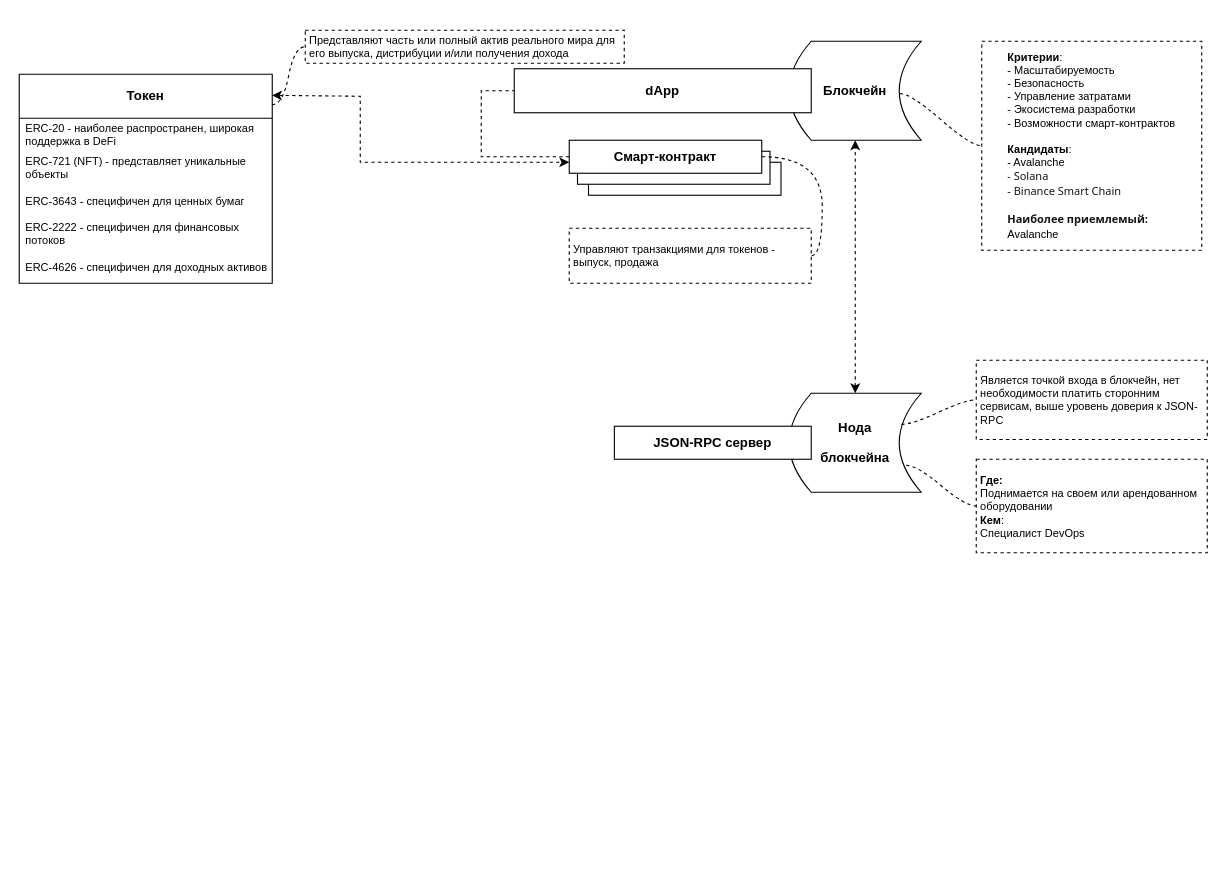
Before: RETM_MVP_extended.drawio in rpurei/RETM-Schemes, a draw.io diagram. Source tidied: cells renumbered, new cells numbered last; positions are measured from the earlier drawing's top-left corner, leaving out a move shared by most shapes. Both pictures are drawn from the tidied source at 110%, with x=0, y=0 at pixel (19, 30).
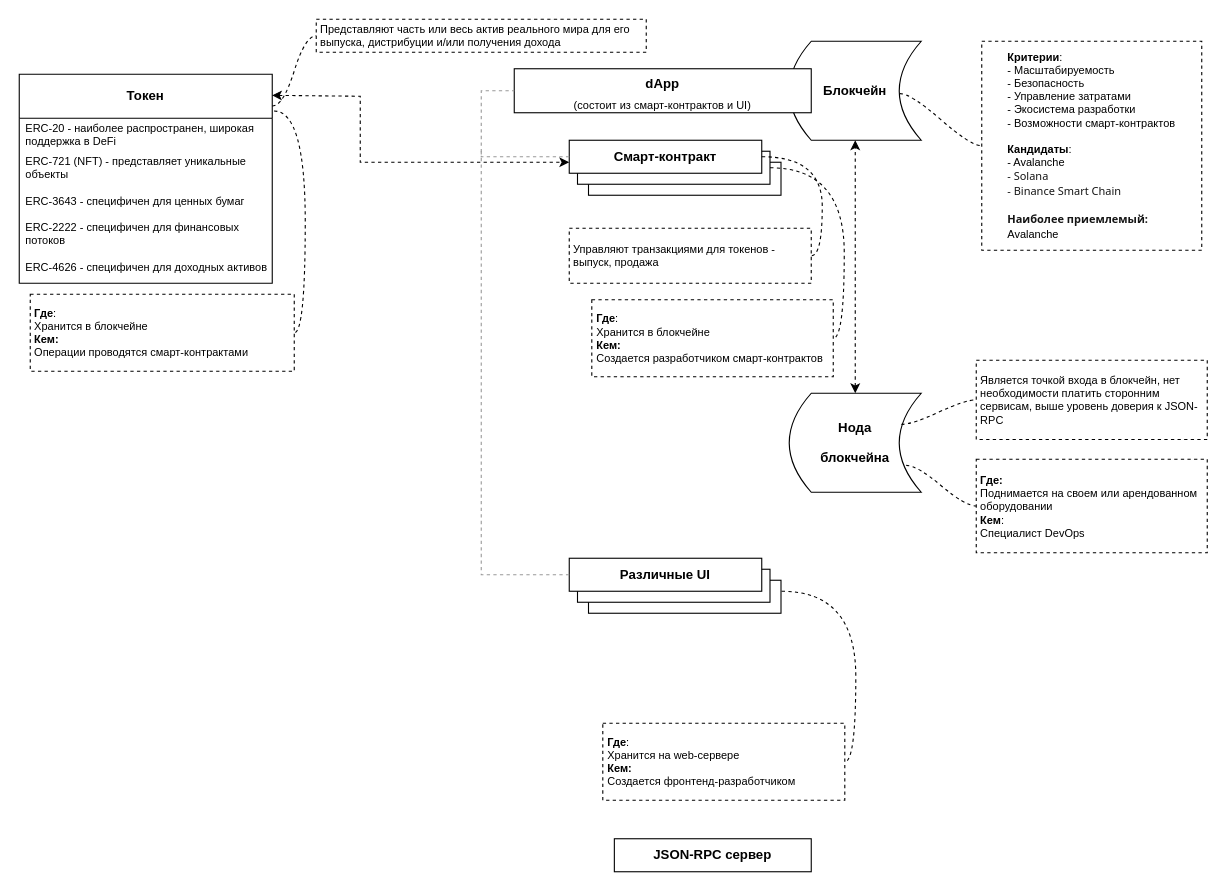
The same page after the edit.

The change refers to these unchanged cells:
```xml
<mxCell id="14" value="&lt;p align=&quot;center&quot; class=&quot;MsoNormal&quot;&gt;&lt;br&gt;&lt;/p&gt;" style="rounded=0;whiteSpace=wrap;html=1;" parent="12" vertex="1">
  <mxGeometry x="7.5" y="10" width="175" height="30" as="geometry" />
</mxCell>
<mxCell id="15" value="&lt;p align=&quot;center&quot; class=&quot;MsoNormal&quot;&gt;&lt;b&gt;Смарт-контракт&lt;/b&gt;&lt;/p&gt;" style="rounded=0;whiteSpace=wrap;html=1;" parent="12" vertex="1">
  <mxGeometry width="175" height="30" as="geometry" />
</mxCell>
<mxCell id="20" value="&lt;b&gt;Токен&lt;/b&gt;" style="swimlane;fontStyle=0;horizontal=1;startSize=40;whiteSpace=wrap;html=1;" parent="1" vertex="1">
  <mxGeometry y="40" width="230" height="190" as="geometry" />
</mxCell>
```

Diff of the diagram source:
```diff
@@
     <mxCell id="7" value="&lt;p align=&quot;center&quot; class=&quot;MsoNormal&quot;&gt;&lt;b&gt;JSON-RPC сервер&lt;/b&gt;&lt;/p&gt;" style="rounded=0;whiteSpace=wrap;html=1;" parent="1" vertex="1">
-      <mxGeometry x="541" y="360" width="179" height="30" as="geometry" />
+      <mxGeometry x="541" y="735" width="179" height="30" as="geometry" />
     </mxCell>
@@
-    <mxCell id="11" value="&lt;p align=&quot;center&quot; class=&quot;MsoNormal&quot;&gt;&lt;b&gt;dApp&lt;/b&gt;&lt;/p&gt;" style="rounded=0;whiteSpace=wrap;html=1;" parent="1" vertex="1">
+    <mxCell id="11" value="&lt;p align=&quot;center&quot; class=&quot;MsoNormal&quot;&gt;&lt;b&gt;dApp&lt;/b&gt;&lt;/p&gt;&lt;p style=&quot;line-height: 0%;&quot; align=&quot;center&quot; class=&quot;MsoNormal&quot;&gt;&lt;font style=&quot;font-size: 10px;&quot;&gt;(состоит из смарт-контрактов и UI)&lt;/font&gt;&lt;/p&gt;" style="rounded=0;whiteSpace=wrap;html=1;" parent="1" vertex="1">
       <mxGeometry x="450" y="35" width="270" height="40" as="geometry" />
     </mxCell>
@@
-    <mxCell id="17" style="endArrow=none;html=1;rounded=0;entryX=0;entryY=0.5;entryDx=0;entryDy=0;exitX=0;exitY=0.5;exitDx=0;exitDy=0;dashed=1;" parent="1" edge="1" source="15" target="11">
+    <mxCell id="17" style="endArrow=none;html=1;rounded=0;entryX=0;entryY=0.5;entryDx=0;entryDy=0;exitX=0;exitY=0.5;exitDx=0;exitDy=0;dashed=1;strokeColor=#999999;" parent="1" edge="1" source="15" target="11">
       <mxGeometry relative="1" as="geometry">
         <Array as="points">
           <mxPoint x="420" y="115" />
           <mxPoint x="420" y="55" />
         </Array>
       </mxGeometry>
     </mxCell>
@@
-    <mxCell id="27" value="&lt;div style=&quot;font-size: 10px;&quot;&gt;Представляют часть или полный актив реального мира для его выпуска, дистрибуции и/или получения дохода&lt;/div&gt;" style="whiteSpace=wrap;html=1;rounded=0;arcSize=50;align=left;verticalAlign=middle;strokeWidth=1;spacing=4;newEdgeStyle={&quot;edgeStyle&quot;:&quot;entityRelationEdgeStyle&quot;,&quot;startArrow&quot;:&quot;none&quot;,&quot;endArrow&quot;:&quot;none&quot;,&quot;segment&quot;:10,&quot;curved&quot;:1,&quot;sourcePerimeterSpacing&quot;:0,&quot;targetPerimeterSpacing&quot;:0};dashed=1;" parent="1" vertex="1" collapsed="1">
-      <mxGeometry x="260" width="290" height="30" as="geometry" />
+    <mxCell id="27" value="&lt;div style=&quot;font-size: 10px;&quot;&gt;&lt;b&gt;Где&lt;/b&gt;:&lt;/div&gt;&lt;div style=&quot;font-size: 10px;&quot;&gt;Хранится в блокчейне&lt;/div&gt;&lt;div style=&quot;font-size: 10px;&quot;&gt;&lt;b&gt;Кем:&lt;/b&gt;&lt;/div&gt;&lt;div style=&quot;font-size: 10px;&quot;&gt;Операции проводятся смарт-контрактами&lt;/div&gt;" style="whiteSpace=wrap;html=1;rounded=0;arcSize=50;align=left;verticalAlign=middle;strokeWidth=1;spacing=4;newEdgeStyle={&quot;edgeStyle&quot;:&quot;entityRelationEdgeStyle&quot;,&quot;startArrow&quot;:&quot;none&quot;,&quot;endArrow&quot;:&quot;none&quot;,&quot;segment&quot;:10,&quot;curved&quot;:1,&quot;sourcePerimeterSpacing&quot;:0,&quot;targetPerimeterSpacing&quot;:0};dashed=1;" parent="1" vertex="1" collapsed="1">
+      <mxGeometry x="10" y="240" width="240" height="70" as="geometry" />
     </mxCell>
-    <mxCell id="28" style="edgeStyle=entityRelationEdgeStyle;startArrow=none;endArrow=none;segment=10;curved=1;sourcePerimeterSpacing=0;targetPerimeterSpacing=0;rounded=0;dashed=1;exitX=0.999;exitY=0.146;exitDx=0;exitDy=0;exitPerimeter=0;" parent="1" edge="1" source="20" target="27">
-      <mxGeometry relative="1" as="geometry" />
+    <mxCell id="28" style="edgeStyle=entityRelationEdgeStyle;startArrow=none;endArrow=none;segment=10;curved=1;sourcePerimeterSpacing=0;targetPerimeterSpacing=0;rounded=0;dashed=1;exitX=1.007;exitY=0.176;exitDx=0;exitDy=0;exitPerimeter=0;" parent="1" edge="1" source="20" target="27">
+      <mxGeometry relative="1" as="geometry">
+        <Array as="points">
+          <mxPoint x="260" y="170" />
+          <mxPoint x="270" y="130" />
+          <mxPoint x="270" y="130" />
+        </Array>
+      </mxGeometry>
     </mxCell>
+    <mxCell id="29" style="group;" parent="1" vertex="1">
+      <mxGeometry x="500" y="480" width="192.5" height="50" as="geometry" />
+    </mxCell>
+    <mxCell id="30" value="&lt;p align=&quot;center&quot; class=&quot;MsoNormal&quot;&gt;&lt;br&gt;&lt;/p&gt;" style="rounded=0;whiteSpace=wrap;html=1;" parent="29" vertex="1">
+      <mxGeometry x="17.5" y="20" width="175" height="30" as="geometry" />
+    </mxCell>
+    <mxCell id="31" value="&lt;p align=&quot;center&quot; class=&quot;MsoNormal&quot;&gt;&lt;br&gt;&lt;/p&gt;" style="rounded=0;whiteSpace=wrap;html=1;" parent="29" vertex="1">
+      <mxGeometry x="7.5" y="10" width="175" height="30" as="geometry" />
+    </mxCell>
+    <mxCell id="32" value="&lt;p align=&quot;center&quot; class=&quot;MsoNormal&quot;&gt;&lt;b style=&quot;border-color: var(--border-color);&quot;&gt;Различные UI&lt;/b&gt;&lt;br&gt;&lt;/p&gt;" style="rounded=0;whiteSpace=wrap;html=1;" parent="29" vertex="1">
+      <mxGeometry width="175" height="30" as="geometry" />
+    </mxCell>
+    <mxCell id="33" style="endArrow=none;dashed=1;html=1;rounded=0;exitX=0;exitY=0.5;exitDx=0;exitDy=0;strokeColor=#999999;" parent="1" edge="1" source="32">
+      <mxGeometry relative="1" as="geometry">
+        <mxPoint x="420" y="110" as="targetPoint" />
+        <Array as="points">
+          <mxPoint x="420" y="495" />
+        </Array>
+      </mxGeometry>
+    </mxCell>
+    <mxCell id="34" value="&lt;div style=&quot;font-size: 10px;&quot;&gt;Представляют часть или весь актив реального мира для его выпуска, дистрибуции и/или получения дохода&lt;/div&gt;" style="whiteSpace=wrap;html=1;rounded=0;arcSize=50;align=left;verticalAlign=middle;strokeWidth=1;spacing=4;newEdgeStyle={&quot;edgeStyle&quot;:&quot;entityRelationEdgeStyle&quot;,&quot;startArrow&quot;:&quot;none&quot;,&quot;endArrow&quot;:&quot;none&quot;,&quot;segment&quot;:10,&quot;curved&quot;:1,&quot;sourcePerimeterSpacing&quot;:0,&quot;targetPerimeterSpacing&quot;:0};dashed=1;" parent="1" vertex="1" collapsed="1">
+      <mxGeometry x="270" y="-10" width="300" height="30" as="geometry" />
+    </mxCell>
+    <mxCell id="35" style="edgeStyle=entityRelationEdgeStyle;startArrow=none;endArrow=none;segment=10;curved=1;sourcePerimeterSpacing=0;targetPerimeterSpacing=0;rounded=0;dashed=1;exitX=1;exitY=0.152;exitDx=0;exitDy=0;exitPerimeter=0;" parent="1" edge="1" source="20" target="34">
+      <mxGeometry relative="1" as="geometry" />
+    </mxCell>
+    <mxCell id="36" value="&lt;div style=&quot;font-size: 10px;&quot;&gt;&lt;div style=&quot;border-color: var(--border-color);&quot;&gt;&lt;b style=&quot;border-color: var(--border-color);&quot;&gt;Где&lt;/b&gt;:&lt;/div&gt;&lt;div style=&quot;border-color: var(--border-color);&quot;&gt;Хранится в блокчейне&lt;/div&gt;&lt;div style=&quot;border-color: var(--border-color);&quot;&gt;&lt;b style=&quot;border-color: var(--border-color);&quot;&gt;Кем:&lt;/b&gt;&lt;/div&gt;&lt;div style=&quot;border-color: var(--border-color);&quot;&gt;Создается разработчиком смарт-контрактов&lt;/div&gt;&lt;/div&gt;" style="whiteSpace=wrap;html=1;rounded=0;arcSize=50;align=left;verticalAlign=middle;strokeWidth=1;spacing=4;newEdgeStyle={&quot;edgeStyle&quot;:&quot;entityRelationEdgeStyle&quot;,&quot;startArrow&quot;:&quot;none&quot;,&quot;endArrow&quot;:&quot;none&quot;,&quot;segment&quot;:10,&quot;curved&quot;:1,&quot;sourcePerimeterSpacing&quot;:0,&quot;targetPerimeterSpacing&quot;:0};dashed=1;" parent="1" vertex="1" collapsed="1">
+      <mxGeometry x="520.5" y="245" width="219.5" height="70" as="geometry" />
+    </mxCell>
+    <mxCell id="37" style="edgeStyle=entityRelationEdgeStyle;startArrow=none;endArrow=none;segment=10;curved=1;sourcePerimeterSpacing=0;targetPerimeterSpacing=0;rounded=0;dashed=1;exitX=1;exitY=0.5;exitDx=0;exitDy=0;" parent="1" edge="1" source="14" target="36">
+      <mxGeometry relative="1" as="geometry" />
+    </mxCell>
+    <mxCell id="38" value="&lt;div style=&quot;font-size: 10px;&quot;&gt;&lt;div style=&quot;border-color: var(--border-color);&quot;&gt;&lt;b style=&quot;border-color: var(--border-color);&quot;&gt;Где&lt;/b&gt;:&lt;/div&gt;&lt;div style=&quot;border-color: var(--border-color);&quot;&gt;Хранится на web-сервере&lt;/div&gt;&lt;div style=&quot;border-color: var(--border-color);&quot;&gt;&lt;b style=&quot;border-color: var(--border-color);&quot;&gt;Кем:&lt;/b&gt;&lt;/div&gt;&lt;div style=&quot;border-color: var(--border-color);&quot;&gt;Создается фронтенд-разработчиком&lt;/div&gt;&lt;/div&gt;" style="whiteSpace=wrap;html=1;rounded=0;arcSize=50;align=left;verticalAlign=middle;strokeWidth=1;spacing=4;newEdgeStyle={&quot;edgeStyle&quot;:&quot;entityRelationEdgeStyle&quot;,&quot;startArrow&quot;:&quot;none&quot;,&quot;endArrow&quot;:&quot;none&quot;,&quot;segment&quot;:10,&quot;curved&quot;:1,&quot;sourcePerimeterSpacing&quot;:0,&quot;targetPerimeterSpacing&quot;:0};dashed=1;" parent="1" vertex="1" collapsed="1">
+      <mxGeometry x="530.5" y="630" width="220" height="70" as="geometry" />
+    </mxCell>
+    <mxCell id="39" style="edgeStyle=entityRelationEdgeStyle;startArrow=none;endArrow=none;segment=10;curved=1;sourcePerimeterSpacing=0;targetPerimeterSpacing=0;rounded=0;dashed=1;exitX=1;exitY=0.5;exitDx=0;exitDy=0;" parent="1" edge="1" target="38">
+      <mxGeometry relative="1" as="geometry">
+        <mxPoint x="693" y="510" as="sourcePoint" />
+      </mxGeometry>
+    </mxCell>
```
